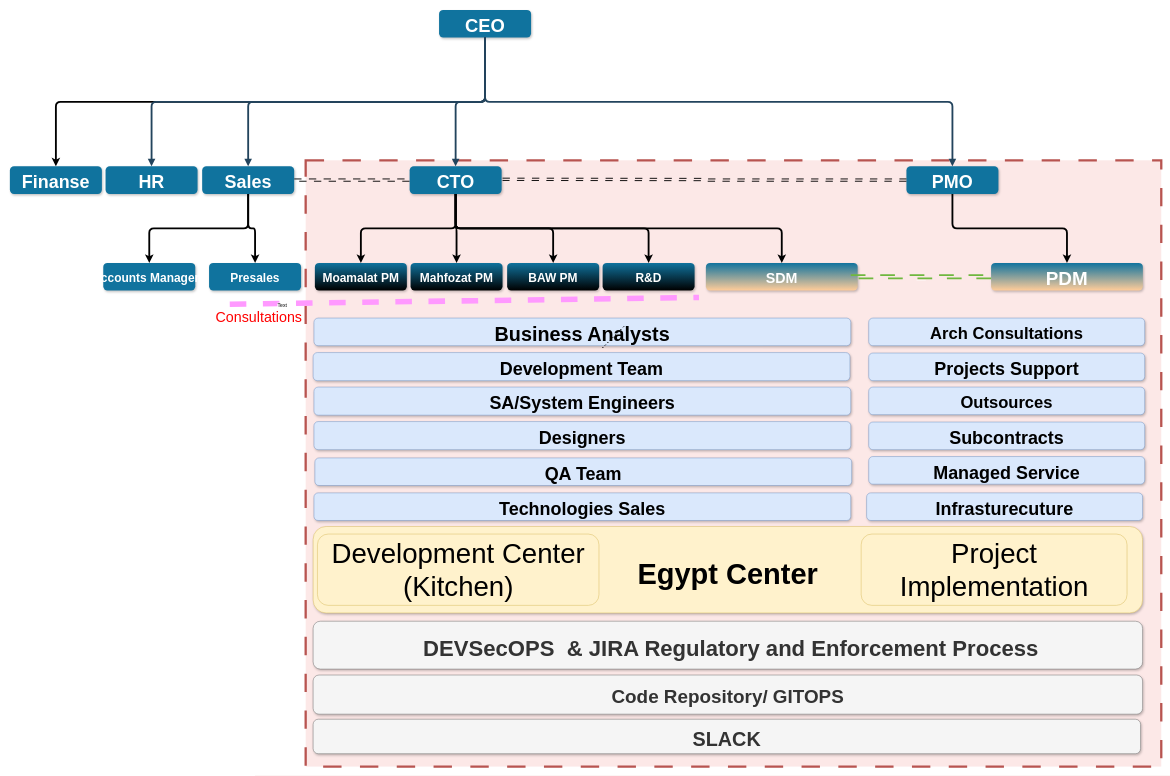
Above: Untitled Diagram9.drawio in Basharabulaban/dataserve (draw.io), before the change. Source tidied: cells renumbered, new cells numbered last; positions are measured from the earlier drawing's top-left corner, leaving out a move shared by most shapes. Both pictures are drawn from the tidied source at 46%, with x=0, y=0 at pixel (10, 10).
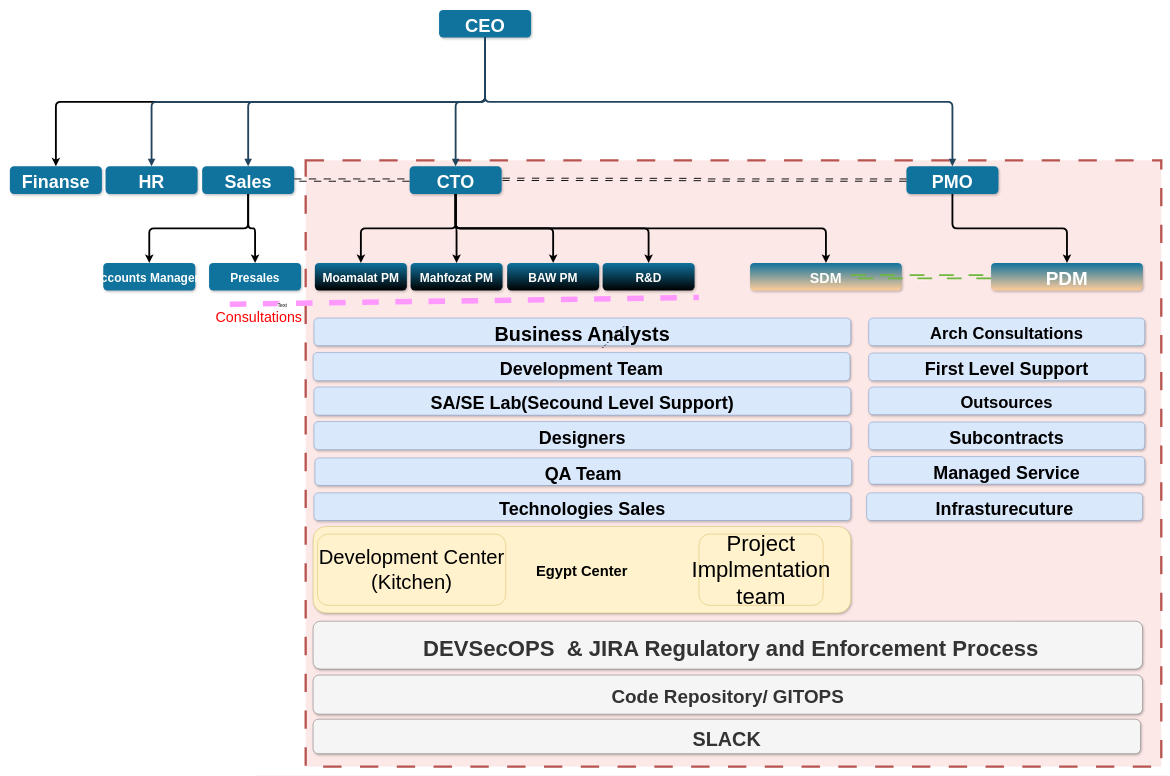
The same diagram, later.

Diff of the diagram source:
```diff
@@
     <mxCell id="20" value="SDM" style="rounded=1;fillColor=#10739E;strokeColor=none;shadow=1;gradientColor=#FFCC99;fontStyle=1;fontColor=#FFFFFF;fontSize=31;" parent="1" vertex="1">
-      <mxGeometry x="1513" y="550" width="330" height="60" as="geometry" />
+      <mxGeometry x="1609" y="550" width="330" height="60" as="geometry" />
     </mxCell>
@@
-    <mxCell id="28" value="SA/System Engineers " style="rounded=1;fillColor=#dae8fc;strokeColor=#6c8ebf;shadow=1;fontStyle=1;fontSize=39;rotation=0;" parent="1" vertex="1">
+    <mxCell id="28" value="SA/SE Lab(Secound Level Support)" style="rounded=1;fillColor=#dae8fc;strokeColor=#6c8ebf;shadow=1;fontStyle=1;fontSize=39;rotation=0;" parent="1" vertex="1">
       <mxGeometry x="661" y="820" width="1167" height="61" as="geometry" />
     </mxCell>
@@
-    <mxCell id="30" value="Egypt Center" style="rounded=1;fillColor=#fff2cc;strokeColor=#d6b656;shadow=1;fontStyle=1;fontSize=63;verticalAlign=middle;labelPosition=center;verticalLabelPosition=middle;align=center;" parent="1" vertex="1">
-      <mxGeometry x="659.2" y="1123" width="1803.2" height="188" as="geometry" />
+    <mxCell id="30" value="Egypt Center" style="rounded=1;fillColor=#fff2cc;strokeColor=#d6b656;shadow=1;fontStyle=1;fontSize=32;verticalAlign=middle;labelPosition=center;verticalLabelPosition=middle;align=center;" parent="1" vertex="1">
+      <mxGeometry x="659.2" y="1123" width="1168.8" height="188" as="geometry" />
     </mxCell>
@@
-    <mxCell id="36" value="&lt;font style=&quot;font-size: 60px;&quot;&gt;Development Center (Kitchen)&lt;/font&gt;" style="rounded=1;whiteSpace=wrap;html=1;fontSize=60;fillColor=#fff2cc;strokeColor=#d6b656;" parent="1" vertex="1">
-      <mxGeometry x="668.6" y="1139.5" width="612" height="155" as="geometry" />
+    <mxCell id="36" value="&lt;font style=&quot;font-size: 44px;&quot;&gt;Development Center (Kitchen)&lt;/font&gt;" style="rounded=1;whiteSpace=wrap;html=1;fontSize=44;fillColor=#fff2cc;strokeColor=#d6b656;" parent="1" vertex="1">
+      <mxGeometry x="668.6" y="1139.5" width="409.4" height="155" as="geometry" />
     </mxCell>
-    <mxCell id="37" value="&lt;font style=&quot;font-size: 60px;&quot;&gt;Project Implementation &lt;font style=&quot;font-size: 60px;&quot;&gt;&lt;br style=&quot;font-size: 60px;&quot;&gt;&lt;/font&gt;&lt;/font&gt;" style="rounded=1;whiteSpace=wrap;html=1;fontSize=60;fillColor=#fff2cc;strokeColor=#d6b656;" parent="1" vertex="1">
-      <mxGeometry x="1850.6" y="1139.5" width="578" height="155" as="geometry" />
+    <mxCell id="37" value="Project Implmentation team&lt;font style=&quot;font-size: 48px;&quot;&gt;&lt;font style=&quot;font-size: 48px;&quot;&gt;&lt;br style=&quot;font-size: 48px;&quot;&gt;&lt;/font&gt;&lt;/font&gt;" style="rounded=1;whiteSpace=wrap;html=1;fontSize=48;fillColor=#fff2cc;strokeColor=#d6b656;" parent="1" vertex="1">
+      <mxGeometry x="1498" y="1139.5" width="270" height="155" as="geometry" />
     </mxCell>
@@
-    <mxCell id="50" value="Projects Support" style="rounded=1;fillColor=#dae8fc;strokeColor=#6c8ebf;shadow=1;fontStyle=1;fontSize=39;" parent="1" vertex="1">
+    <mxCell id="50" value="First Level Support" style="rounded=1;fillColor=#dae8fc;strokeColor=#6c8ebf;shadow=1;fontStyle=1;fontSize=39;" parent="1" vertex="1">
       <mxGeometry x="1867" y="746" width="600" height="60" as="geometry" />
     </mxCell>
```
